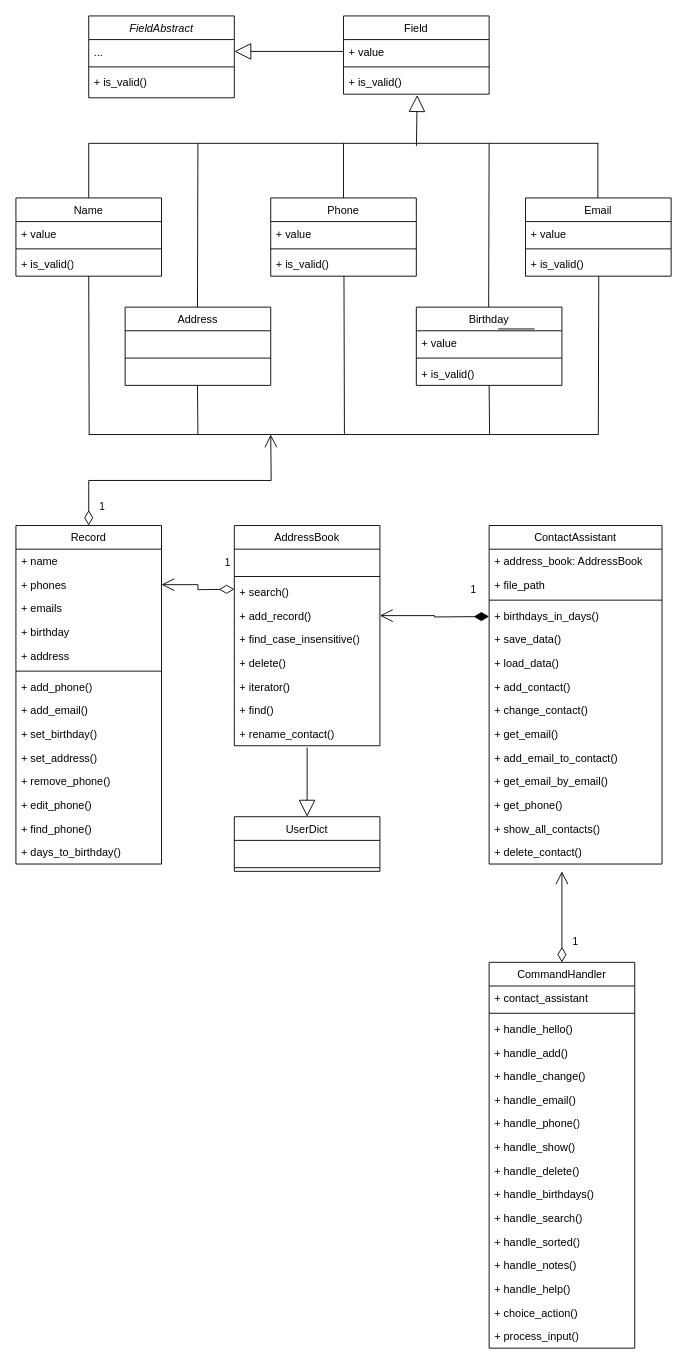
prominb/personal-assistant2 keeps this draw.io diagram as Діаграма без назви.drawio. Above is the earlier version. Source tidied: cells renumbered, new cells numbered last; positions are measured from the earlier drawing's top-left corner, leaving out a move shared by most shapes. Both pictures are drawn from the tidied source at 91%, with x=0, y=0 at pixel (15, 15).
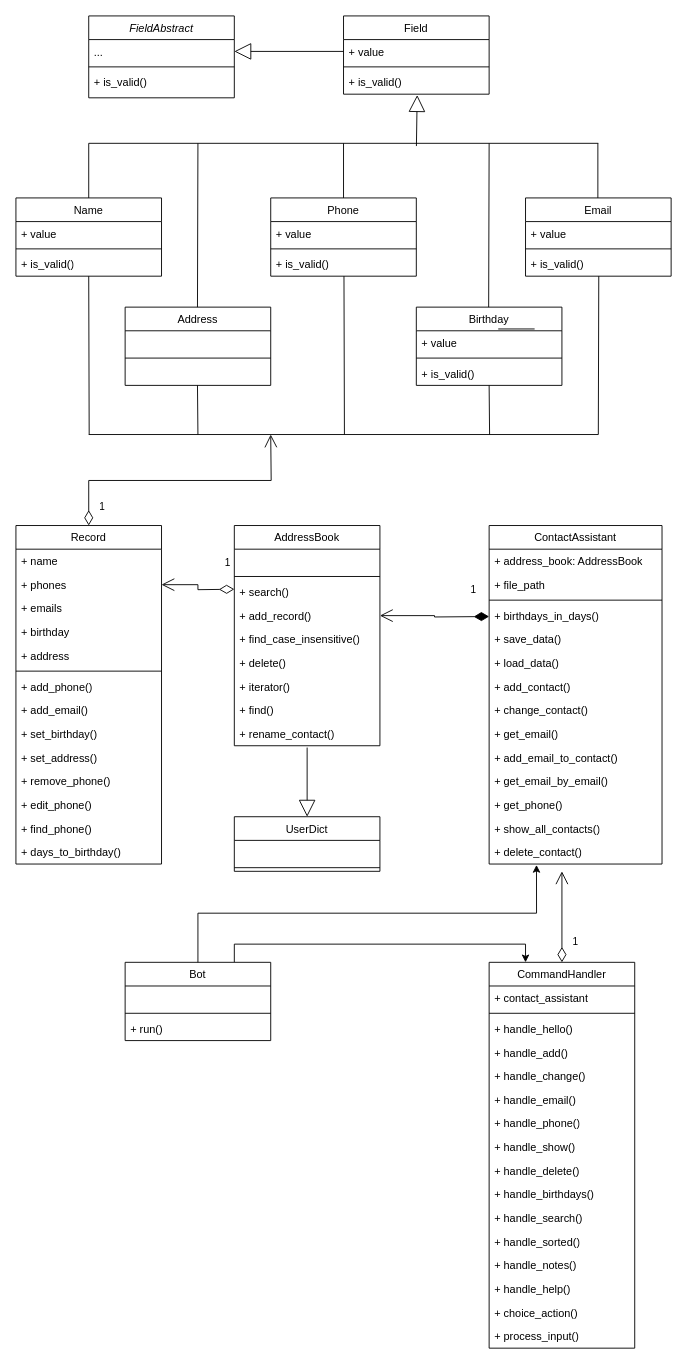
The same page after the edit.

The change refers to these unchanged cells:
```xml
<mxCell id="89" value="+ delete_contact()" style="text;strokeColor=none;fillColor=none;align=left;verticalAlign=top;spacingLeft=4;spacingRight=4;overflow=hidden;points=[[0,0.5],[1,0.5]];portConstraint=eastwest;whiteSpace=wrap;html=1;" parent="75" vertex="1">
  <mxGeometry y="346" width="190" height="26" as="geometry" />
</mxCell>
<mxCell id="92" value="&lt;span style=&quot;font-weight: 400;&quot;&gt;CommandHandler&lt;/span&gt;" style="swimlane;fontStyle=1;align=center;verticalAlign=top;horizontal=1;startSize=26;whiteSpace=wrap;html=1;" parent="1" vertex="1">
  <mxGeometry x="520" y="1040" width="160" height="424" as="geometry" />
</mxCell>
```

The edit, as a diff of the source:
```diff
@@
+    <mxCell id="110" style="edgeStyle=orthogonalEdgeStyle;rounded=0;jettySize=auto;html=1;exitX=0.75;exitY=0;exitDx=0;exitDy=0;entryX=0.25;entryY=0;entryDx=0;entryDy=0;" parent="1" edge="1" source="111" target="92">
+      <mxGeometry relative="1" as="geometry" />
+    </mxCell>
+    <mxCell id="111" value="&lt;span style=&quot;font-weight: 400;&quot;&gt;Bot&lt;/span&gt;" style="swimlane;fontStyle=1;align=center;verticalAlign=top;horizontal=1;startSize=26;whiteSpace=wrap;html=1;" parent="1" vertex="1">
+      <mxGeometry x="120" y="1040" width="160" height="86" as="geometry" />
+    </mxCell>
+    <mxCell id="112" value="&amp;nbsp;" style="text;strokeColor=none;fillColor=none;align=left;verticalAlign=top;spacingLeft=4;spacingRight=4;overflow=hidden;whiteSpace=wrap;html=1;" parent="111" vertex="1">
+      <mxGeometry y="26" width="160" height="26" as="geometry" />
+    </mxCell>
+    <mxCell id="113" style="line;strokeWidth=1;fillColor=none;align=left;verticalAlign=middle;spacingTop=-1;spacingLeft=3;spacingRight=3;labelPosition=right;strokeColor=inherit;" parent="111" vertex="1">
+      <mxGeometry y="52" width="160" height="8" as="geometry" />
+    </mxCell>
+    <mxCell id="114" value="+ run()" style="text;strokeColor=none;fillColor=none;align=left;verticalAlign=top;spacingLeft=4;spacingRight=4;overflow=hidden;whiteSpace=wrap;html=1;" parent="111" vertex="1">
+      <mxGeometry y="60" width="160" height="26" as="geometry" />
+    </mxCell>
+    <mxCell id="115" style="edgeStyle=orthogonalEdgeStyle;rounded=0;jettySize=auto;html=1;exitX=0.5;exitY=0;exitDx=0;exitDy=0;entryX=0.274;entryY=1.038;entryDx=0;entryDy=0;entryPerimeter=0;" parent="1" edge="1" source="111" target="89">
+      <mxGeometry relative="1" as="geometry" />
+    </mxCell>
```
